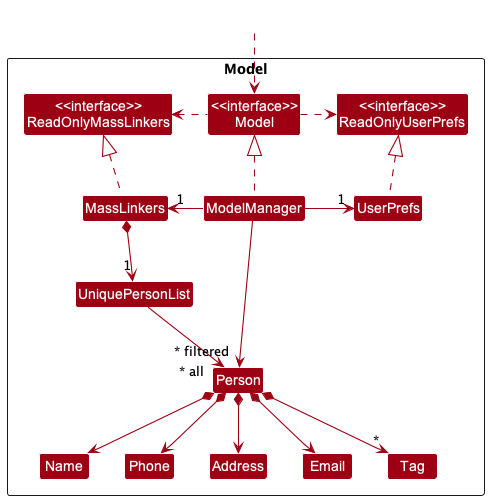
The PlantUML diagram docs/images/ModelClassDiagram.png in nus-cs2103-AY2223S1/tp, before a commit.
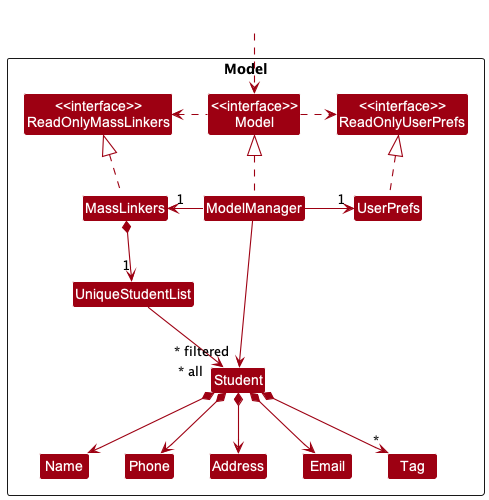
Later version of the same file.

Change to the diagram source:
```diff
@@ -12,8 +12,8 @@
 Class ModelManager
 Class UserPrefs
 
-Class UniquePersonList
-Class Person
+Class UniqueStudentList
+Class Student
 Class Address
 Class Email
 Class Name
@@ -34,17 +34,17 @@
 ModelManager -right-> "1" UserPrefs
 UserPrefs .up.|> ReadOnlyUserPrefs
 
-MassLinkers *--> "1" UniquePersonList
-UniquePersonList --> "~* all" Person
-Person *--> Name
-Person *--> Phone
-Person *--> Email
-Person *--> Address
-Person *--> "*" Tag
+MassLinkers *--> "1" UniqueStudentList
+UniqueStudentList --> "~* all" Student
+Student *--> Name
+Student *--> Phone
+Student *--> Email
+Student *--> Address
+Student *--> "*" Tag
 
 Name -[hidden]right-> Phone
 Phone -[hidden]right-> Address
 Address -[hidden]right-> Email
 
-ModelManager -->"~* filtered" Person
+ModelManager -->"~* filtered" Student
 @enduml
```
